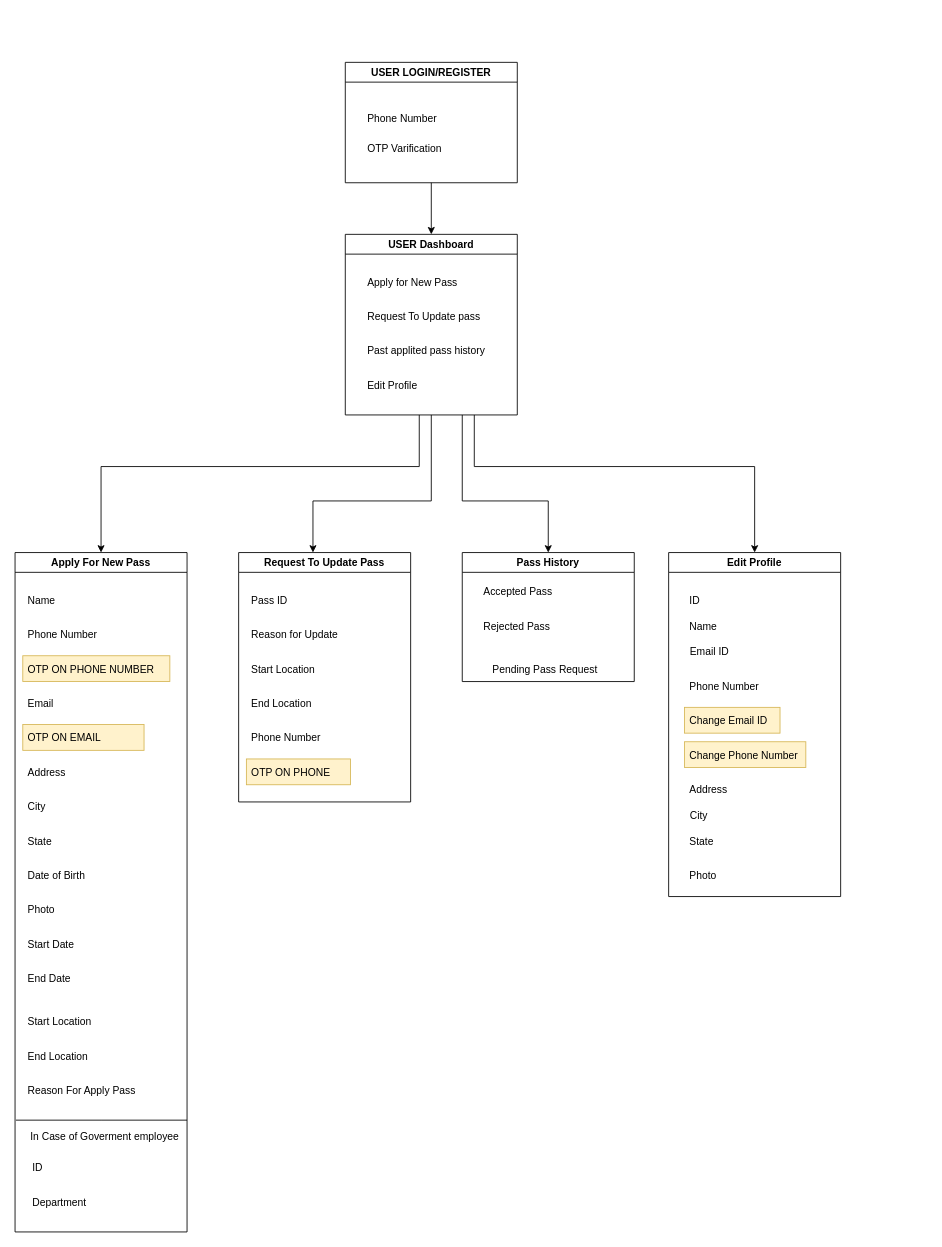
The draw.io diagram curfewpass-class-diagram.drawio in rahulvermafreelancer/curfewpass-django, before the edit. Source tidied: cells renumbered, new cells numbered last; positions are measured from the earlier drawing's top-left corner, leaving out a move shared by most shapes. Both pictures are drawn from the tidied source at 86%, with x=0, y=0 at pixel (15, 62).
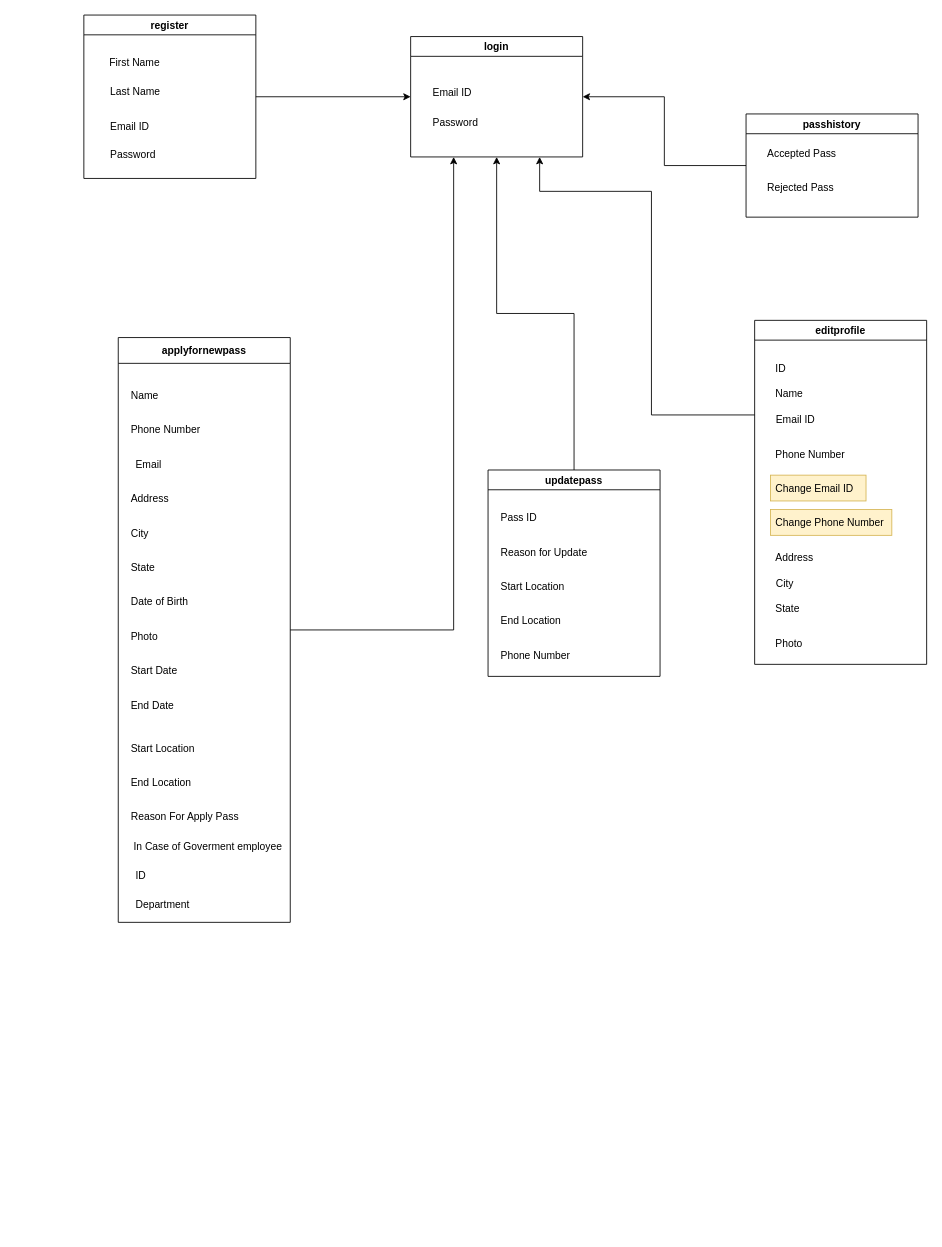
The same page after the edit.

What changed in the source:
```diff
@@
-    <mxCell id="2" style="edgeStyle=orthogonalEdgeStyle;rounded=0;jettySize=auto;html=1;entryX=0.5;entryY=0;entryDx=0;entryDy=0;" parent="1" edge="1" source="3" target="10">
-      <mxGeometry relative="1" as="geometry" />
-    </mxCell>
-    <mxCell id="3" value="USER LOGIN/REGISTER" style="swimlane;" parent="1" vertex="1">
-      <mxGeometry x="384" width="200" height="140" as="geometry" />
+    <mxCell id="3" value="login" style="swimlane;" parent="1" vertex="1">
+      <mxGeometry x="460" y="-30" width="200" height="140" as="geometry" />
     </mxCell>
-    <mxCell id="4" value="Phone Number" style="text;strokeColor=none;fillColor=none;align=left;verticalAlign=middle;spacingLeft=4;spacingRight=4;overflow=hidden;" parent="3" vertex="1">
+    <mxCell id="4" value="Email ID" style="text;strokeColor=none;fillColor=none;align=left;verticalAlign=middle;spacingLeft=4;spacingRight=4;overflow=hidden;" parent="3" vertex="1">
       <mxGeometry x="20" y="50" width="110" height="30" as="geometry" />
     </mxCell>
-    <mxCell id="5" value="OTP Varification" style="text;strokeColor=none;fillColor=none;align=left;verticalAlign=middle;spacingLeft=4;spacingRight=4;overflow=hidden;" parent="3" vertex="1">
+    <mxCell id="5" value="Password" style="text;strokeColor=none;fillColor=none;align=left;verticalAlign=middle;spacingLeft=4;spacingRight=4;overflow=hidden;" parent="3" vertex="1">
       <mxGeometry x="20" y="85" width="110" height="30" as="geometry" />
     </mxCell>
-    <mxCell id="6" style="edgeStyle=orthogonalEdgeStyle;rounded=0;jettySize=auto;html=1;entryX=0.5;entryY=0;entryDx=0;entryDy=0;" parent="1" edge="1" target="15">
-      <mxGeometry relative="1" as="geometry">
-        <mxPoint x="470" y="410" as="sourcePoint" />
-        <Array as="points">
-          <mxPoint x="470" y="470" />
-          <mxPoint x="100" y="470" />
-        </Array>
-      </mxGeometry>
-    </mxCell>
-    <mxCell id="7" style="edgeStyle=orthogonalEdgeStyle;rounded=0;jettySize=auto;html=1;entryX=0.432;entryY=0;entryDx=0;entryDy=0;entryPerimeter=0;" parent="1" edge="1" source="10" target="35">
-      <mxGeometry relative="1" as="geometry">
-        <Array as="points">
-          <mxPoint x="484" y="510" />
-          <mxPoint x="346" y="510" />
-        </Array>
-      </mxGeometry>
-    </mxCell>
-    <mxCell id="8" style="edgeStyle=orthogonalEdgeStyle;rounded=0;jettySize=auto;html=1;entryX=0.5;entryY=0;entryDx=0;entryDy=0;" parent="1" edge="1" target="42">
-      <mxGeometry relative="1" as="geometry">
-        <mxPoint x="520" y="410" as="sourcePoint" />
-        <Array as="points">
-          <mxPoint x="520" y="510" />
-          <mxPoint x="620" y="510" />
-        </Array>
-      </mxGeometry>
-    </mxCell>
-    <mxCell id="9" style="edgeStyle=orthogonalEdgeStyle;rounded=0;jettySize=auto;html=1;entryX=0.5;entryY=0;entryDx=0;entryDy=0;exitX=0.75;exitY=1;exitDx=0;exitDy=0;" parent="1" edge="1" source="10" target="45">
-      <mxGeometry relative="1" as="geometry">
-        <Array as="points">
-          <mxPoint x="534" y="470" />
-          <mxPoint x="860" y="470" />
-        </Array>
-      </mxGeometry>
-    </mxCell>
-    <mxCell id="10" value="USER Dashboard" style="swimlane;" parent="1" vertex="1">
-      <mxGeometry x="384" y="200" width="200" height="210" as="geometry" />
-    </mxCell>
-    <mxCell id="11" value="Apply for New Pass" style="text;strokeColor=none;fillColor=none;align=left;verticalAlign=middle;spacingLeft=4;spacingRight=4;overflow=hidden;" parent="10" vertex="1">
-      <mxGeometry x="20" y="40" width="140" height="30" as="geometry" />
-    </mxCell>
-    <mxCell id="12" value="Past applited pass history" style="text;strokeColor=none;fillColor=none;align=left;verticalAlign=middle;spacingLeft=4;spacingRight=4;overflow=hidden;" parent="10" vertex="1">
-      <mxGeometry x="20" y="120" width="160" height="30" as="geometry" />
-    </mxCell>
-    <mxCell id="13" value="Request To Update pass" style="text;strokeColor=none;fillColor=none;align=left;verticalAlign=middle;spacingLeft=4;spacingRight=4;overflow=hidden;" parent="10" vertex="1">
-      <mxGeometry x="20" y="80" width="150" height="30" as="geometry" />
-    </mxCell>
-    <mxCell id="14" value="Edit Profile" style="text;strokeColor=none;fillColor=none;align=left;verticalAlign=middle;spacingLeft=4;spacingRight=4;overflow=hidden;" parent="10" vertex="1">
-      <mxGeometry x="20" y="160" width="160" height="30" as="geometry" />
-    </mxCell>
+    <mxCell id="57" style="edgeStyle=orthogonalEdgeStyle;rounded=0;jettySize=auto;html=1;entryX=0.25;entryY=1;entryDx=0;entryDy=0;" parent="1" edge="1" source="15" target="3">
+      <mxGeometry relative="1" as="geometry" />
+    </mxCell>
-    <mxCell id="15" value="Apply For New Pass" style="swimlane;" parent="1" vertex="1">
-      <mxGeometry y="570" width="200" height="790" as="geometry" />
+    <mxCell id="15" value="applyfornewpass" style="swimlane;startSize=30;" parent="1" vertex="1">
+      <mxGeometry x="120" y="320" width="200" height="680" as="geometry" />
     </mxCell>
     <mxCell id="16" value="Name" style="text;strokeColor=none;fillColor=none;align=left;verticalAlign=middle;spacingLeft=4;spacingRight=4;overflow=hidden;" parent="15" vertex="1">
-      <mxGeometry x="9" y="40" width="80" height="30" as="geometry" />
+      <mxGeometry x="9" y="52" width="80" height="30" as="geometry" />
     </mxCell>
     <mxCell id="17" value="Email" style="text;strokeColor=none;fillColor=none;align=left;verticalAlign=middle;spacingLeft=4;spacingRight=4;overflow=hidden;" parent="15" vertex="1">
-      <mxGeometry x="9" y="160" width="80" height="30" as="geometry" />
+      <mxGeometry x="14.5" y="132" width="80" height="30" as="geometry" />
     </mxCell>
-    <mxCell id="18" value="OTP ON PHONE NUMBER" style="text;strokeColor=#d6b656;fillColor=#fff2cc;align=left;verticalAlign=middle;spacingLeft=4;spacingRight=4;overflow=hidden;" parent="15" vertex="1">
-      <mxGeometry x="9" y="120" width="171" height="30" as="geometry" />
-    </mxCell>
     <mxCell id="19" value="Phone Number" style="text;strokeColor=none;fillColor=none;align=left;verticalAlign=middle;spacingLeft=4;spacingRight=4;overflow=hidden;" parent="15" vertex="1">
-      <mxGeometry x="9" y="80" width="121" height="30" as="geometry" />
+      <mxGeometry x="9" y="92" width="121" height="30" as="geometry" />
     </mxCell>
-    <mxCell id="20" value="OTP ON EMAIL" style="text;strokeColor=#d6b656;fillColor=#fff2cc;align=left;verticalAlign=middle;spacingLeft=4;spacingRight=4;overflow=hidden;" parent="15" vertex="1">
-      <mxGeometry x="9" y="200" width="141" height="30" as="geometry" />
-    </mxCell>
     <mxCell id="21" value="Address" style="text;strokeColor=none;fillColor=none;align=left;verticalAlign=middle;spacingLeft=4;spacingRight=4;overflow=hidden;" parent="15" vertex="1">
-      <mxGeometry x="9" y="240" width="80" height="30" as="geometry" />
+      <mxGeometry x="9" y="172" width="80" height="30" as="geometry" />
     </mxCell>
     <mxCell id="22" value="City" style="text;strokeColor=none;fillColor=none;align=left;verticalAlign=middle;spacingLeft=4;spacingRight=4;overflow=hidden;" parent="15" vertex="1">
-      <mxGeometry x="9" y="280" width="80" height="30" as="geometry" />
+      <mxGeometry x="9" y="212" width="80" height="30" as="geometry" />
     </mxCell>
     <mxCell id="23" value="State" style="text;strokeColor=none;fillColor=none;align=left;verticalAlign=middle;spacingLeft=4;spacingRight=4;overflow=hidden;" parent="15" vertex="1">
-      <mxGeometry x="9" y="320" width="80" height="30" as="geometry" />
+      <mxGeometry x="9" y="252" width="80" height="30" as="geometry" />
     </mxCell>
     <mxCell id="24" value="Date of Birth" style="text;strokeColor=none;fillColor=none;align=left;verticalAlign=middle;spacingLeft=4;spacingRight=4;overflow=hidden;" parent="15" vertex="1">
-      <mxGeometry x="9" y="360" width="80" height="30" as="geometry" />
+      <mxGeometry x="9" y="292" width="80" height="30" as="geometry" />
     </mxCell>
     <mxCell id="25" value="Photo" style="text;strokeColor=none;fillColor=none;align=left;verticalAlign=middle;spacingLeft=4;spacingRight=4;overflow=hidden;" parent="15" vertex="1">
-      <mxGeometry x="9" y="400" width="80" height="30" as="geometry" />
+      <mxGeometry x="9" y="332" width="80" height="30" as="geometry" />
     </mxCell>
     <mxCell id="26" value="Start Date" style="text;strokeColor=none;fillColor=none;align=left;verticalAlign=middle;spacingLeft=4;spacingRight=4;overflow=hidden;" parent="15" vertex="1">
-      <mxGeometry x="9" y="440" width="80" height="30" as="geometry" />
+      <mxGeometry x="9" y="372" width="80" height="30" as="geometry" />
     </mxCell>
     <mxCell id="27" value="End Date" style="text;strokeColor=none;fillColor=none;align=left;verticalAlign=middle;spacingLeft=4;spacingRight=4;overflow=hidden;" parent="15" vertex="1">
-      <mxGeometry x="9" y="480" width="80" height="30" as="geometry" />
+      <mxGeometry x="9" y="412" width="80" height="30" as="geometry" />
     </mxCell>
     <mxCell id="28" value="Start Location" style="text;strokeColor=none;fillColor=none;align=left;verticalAlign=middle;spacingLeft=4;spacingRight=4;overflow=hidden;" parent="15" vertex="1">
-      <mxGeometry x="9" y="530" width="91" height="30" as="geometry" />
+      <mxGeometry x="9" y="462" width="91" height="30" as="geometry" />
     </mxCell>
     <mxCell id="29" value="End Location" style="text;strokeColor=none;fillColor=none;align=left;verticalAlign=middle;spacingLeft=4;spacingRight=4;overflow=hidden;" parent="15" vertex="1">
-      <mxGeometry x="9" y="570" width="80" height="30" as="geometry" />
+      <mxGeometry x="9" y="502" width="80" height="30" as="geometry" />
     </mxCell>
     <mxCell id="30" value="Reason For Apply Pass" style="text;strokeColor=none;fillColor=none;align=left;verticalAlign=middle;spacingLeft=4;spacingRight=4;overflow=hidden;" parent="15" vertex="1">
-      <mxGeometry x="9" y="610" width="145.5" height="30" as="geometry" />
+      <mxGeometry x="9" y="542" width="145.5" height="30" as="geometry" />
     </mxCell>
-    <mxCell id="31" style="endArrow=none;html=1;rounded=0;" parent="15" edge="1">
-      <mxGeometry relative="1" as="geometry">
-        <mxPoint x="1" y="660" as="sourcePoint" />
-        <mxPoint x="200" y="660" as="targetPoint" />
-        <Array as="points">
-          <mxPoint x="100" y="660" />
-        </Array>
-      </mxGeometry>
-    </mxCell>
     <mxCell id="32" value="In Case of Goverment employee" style="text;html=1;align=center;verticalAlign=middle;strokeColor=none;fillColor=none;" parent="15" vertex="1">
-      <mxGeometry x="9" y="670" width="190" height="20" as="geometry" />
+      <mxGeometry x="9" y="582" width="190" height="20" as="geometry" />
     </mxCell>
     <mxCell id="33" value="ID" style="text;strokeColor=none;fillColor=none;align=left;verticalAlign=middle;spacingLeft=4;spacingRight=4;overflow=hidden;" parent="15" vertex="1">
-      <mxGeometry x="14.5" y="700" width="80" height="30" as="geometry" />
+      <mxGeometry x="14.5" y="610" width="80" height="30" as="geometry" />
     </mxCell>
     <mxCell id="34" value="Department" style="text;strokeColor=none;fillColor=none;align=left;verticalAlign=middle;spacingLeft=4;spacingRight=4;overflow=hidden;" parent="15" vertex="1">
-      <mxGeometry x="14.5" y="740" width="80" height="30" as="geometry" />
+      <mxGeometry x="14.5" y="644" width="80" height="30" as="geometry" />
     </mxCell>
+    <mxCell id="58" style="edgeStyle=orthogonalEdgeStyle;rounded=0;jettySize=auto;html=1;entryX=0.5;entryY=1;entryDx=0;entryDy=0;" parent="1" edge="1" source="35" target="3">
+      <mxGeometry relative="1" as="geometry" />
+    </mxCell>
-    <mxCell id="35" value="Request To Update Pass" style="swimlane;" parent="1" vertex="1">
-      <mxGeometry x="260" y="570" width="200" height="290" as="geometry" />
+    <mxCell id="35" value="updatepass" style="swimlane;" parent="1" vertex="1">
+      <mxGeometry x="550" y="474" width="200" height="240" as="geometry" />
     </mxCell>
@@
-    <mxCell id="41" value="OTP ON PHONE" style="text;strokeColor=#d6b656;fillColor=#fff2cc;align=left;verticalAlign=middle;spacingLeft=4;spacingRight=4;overflow=hidden;" parent="35" vertex="1">
-      <mxGeometry x="9" y="240" width="121" height="30" as="geometry" />
-    </mxCell>
+    <mxCell id="59" style="edgeStyle=orthogonalEdgeStyle;rounded=0;jettySize=auto;html=1;entryX=1;entryY=0.5;entryDx=0;entryDy=0;" parent="1" edge="1" source="42" target="3">
+      <mxGeometry relative="1" as="geometry" />
+    </mxCell>
-    <mxCell id="42" value="Pass History" style="swimlane;" parent="1" vertex="1">
-      <mxGeometry x="520" y="570" width="200" height="150" as="geometry" />
+    <mxCell id="42" value="passhistory" style="swimlane;" parent="1" vertex="1">
+      <mxGeometry x="850" y="60" width="200" height="120" as="geometry" />
     </mxCell>
@@
+    <mxCell id="60" style="edgeStyle=orthogonalEdgeStyle;rounded=0;jettySize=auto;html=1;entryX=0.75;entryY=1;entryDx=0;entryDy=0;" parent="1" edge="1" source="45" target="3">
+      <mxGeometry relative="1" as="geometry">
+        <Array as="points">
+          <mxPoint x="740" y="410" />
+          <mxPoint x="740" y="150" />
+          <mxPoint x="610" y="150" />
+        </Array>
+      </mxGeometry>
+    </mxCell>
-    <mxCell id="45" value="Edit Profile" style="swimlane;" parent="1" vertex="1">
-      <mxGeometry x="760" y="570" width="200" height="400" as="geometry" />
+    <mxCell id="45" value="editprofile" style="swimlane;" parent="1" vertex="1">
+      <mxGeometry x="860" y="300" width="200" height="400" as="geometry" />
     </mxCell>
@@
-    <mxCell id="56" value="Pending Pass Request" style="text;strokeColor=none;fillColor=none;align=left;verticalAlign=middle;spacingLeft=4;spacingRight=4;overflow=hidden;" parent="1" vertex="1">
-      <mxGeometry x="549.5" y="690" width="141" height="30" as="geometry" />
-    </mxCell>
+    <mxCell id="61" style="edgeStyle=orthogonalEdgeStyle;rounded=0;jettySize=auto;html=1;entryX=0;entryY=0.5;entryDx=0;entryDy=0;" parent="1" edge="1" source="62" target="3">
+      <mxGeometry relative="1" as="geometry" />
+    </mxCell>
+    <mxCell id="62" value="register" style="swimlane;" parent="1" vertex="1">
+      <mxGeometry x="80" y="-55" width="200" height="190" as="geometry" />
+    </mxCell>
+    <mxCell id="63" value="Last Name" style="text;strokeColor=none;fillColor=none;align=left;verticalAlign=middle;spacingLeft=4;spacingRight=4;overflow=hidden;" parent="62" vertex="1">
+      <mxGeometry x="25" y="73" width="110" height="30" as="geometry" />
+    </mxCell>
+    <mxCell id="64" value="Password" style="text;strokeColor=none;fillColor=none;align=left;verticalAlign=middle;spacingLeft=4;spacingRight=4;overflow=hidden;" parent="62" vertex="1">
+      <mxGeometry x="25" y="147" width="110" height="30" as="geometry" />
+    </mxCell>
+    <mxCell id="65" value="Email ID" style="text;strokeColor=none;fillColor=none;align=left;verticalAlign=middle;spacingLeft=4;spacingRight=4;overflow=hidden;" parent="62" vertex="1">
+      <mxGeometry x="25" y="114" width="110" height="30" as="geometry" />
+    </mxCell>
+    <mxCell id="66" value="First Name" style="text;strokeColor=none;fillColor=none;align=left;verticalAlign=middle;spacingLeft=4;spacingRight=4;overflow=hidden;" parent="62" vertex="1">
+      <mxGeometry x="24" y="40" width="110" height="30" as="geometry" />
+    </mxCell>
```
